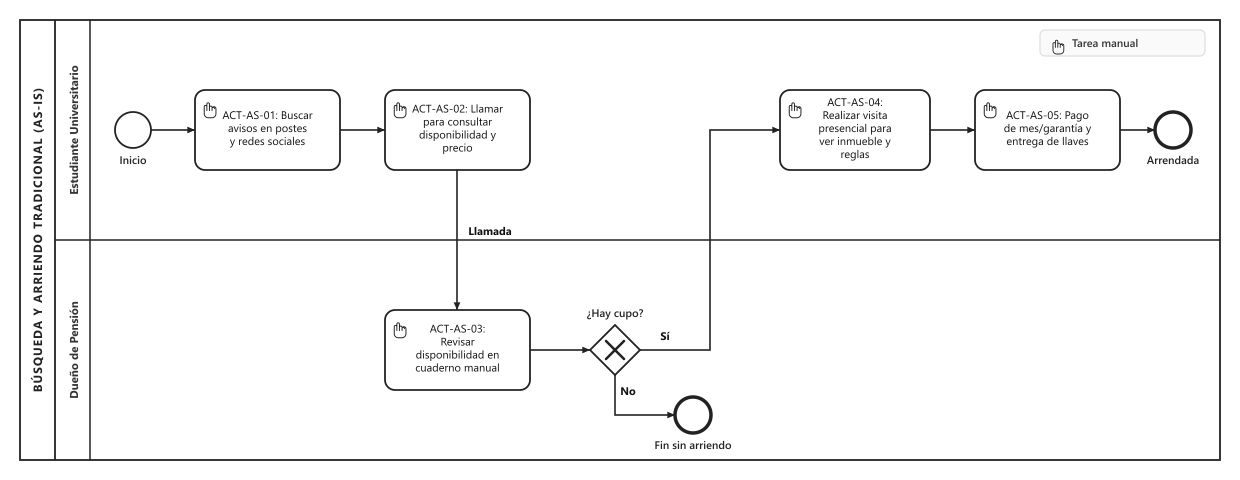
This is assets/diagramas/as-is.png from busca-tunido-requisitos/entrega-1, a BPMN export, as it was before one commit. Its source is kept beside it as assets/diagramas/as-is.bpmn. Ids are renumbered.
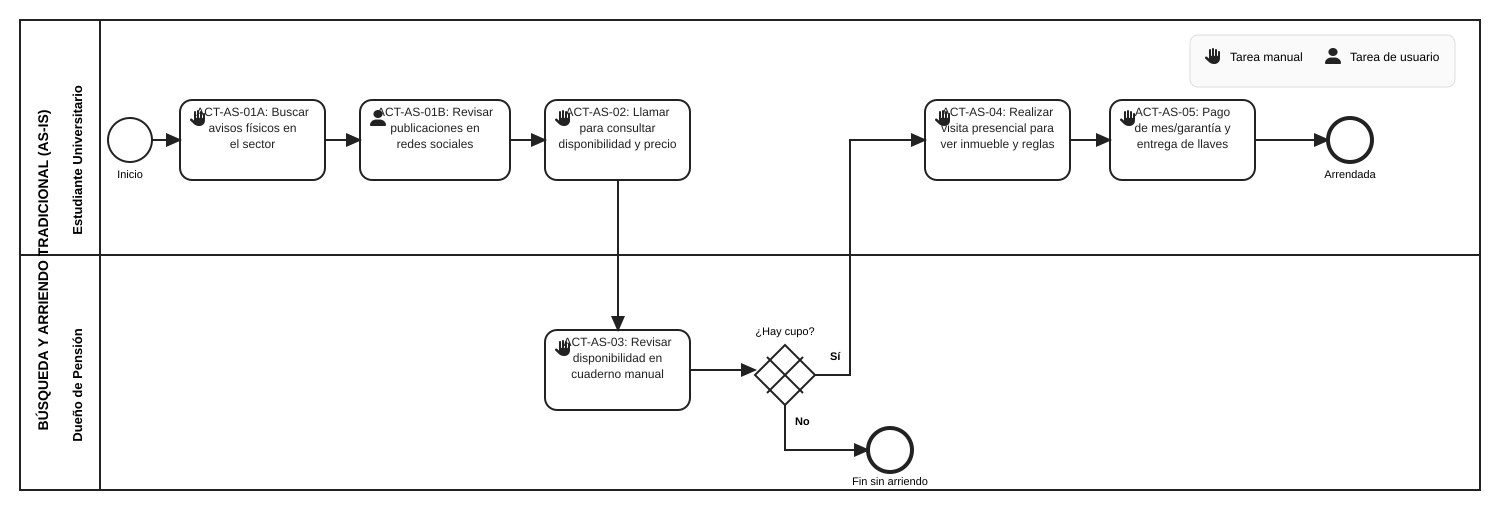
The same diagram one commit later.

Commit message:
docs: corregir AS-IS, trazabilidad de requisitos, elicitacion y diagramas

The edit, as a diff of the source:
```diff
@@ -2,7 +2,6 @@
                   xmlns:bpmndi="http://www.omg.org/spec/BPMN/20100524/DI"
                   xmlns:dc="http://www.omg.org/spec/DD/20100524/DC"
                   xmlns:di="http://www.omg.org/spec/DD/20100524/DI"
-                  xmlns:xsi="http://www.w3.org/2001/XMLSchema-instance"
                   id="Definitions_AS_IS"
                   targetNamespace="http://bpmn.io/schema/bpmn"
                   exporter="Camunda Modeler"
@@ -14,7 +13,8 @@
     <bpmn:laneSet id="LaneSet_AS_IS">
       <bpmn:lane id="Lane_Estudiante" name="Estudiante Universitario">
         <bpmn:flowNodeRef>Start_Estudiante</bpmn:flowNodeRef>
-        <bpmn:flowNodeRef>ACT_AS_01</bpmn:flowNodeRef>
+        <bpmn:flowNodeRef>ACT_AS_01A</bpmn:flowNodeRef>
+        <bpmn:flowNodeRef>ACT_AS_01B</bpmn:flowNodeRef>
         <bpmn:flowNodeRef>ACT_AS_02</bpmn:flowNodeRef>
         <bpmn:flowNodeRef>ACT_AS_04</bpmn:flowNodeRef>
         <bpmn:flowNodeRef>ACT_AS_05</bpmn:flowNodeRef>
@@ -28,7 +28,8 @@
     </bpmn:laneSet>
 
     <bpmn:startEvent id="Start_Estudiante" name="Necesita pensión" />
-    <bpmn:manualTask id="ACT_AS_01" name="ACT-AS-01: Buscar avisos informales en postes y redes sociales" />
+    <bpmn:manualTask id="ACT_AS_01A" name="ACT-AS-01A: Buscar avisos físicos en el sector universitario" />
+    <bpmn:userTask id="ACT_AS_01B" name="ACT-AS-01B: Revisar publicaciones de pensiones en redes sociales" />
     <bpmn:manualTask id="ACT_AS_02" name="ACT-AS-02: Llamar al dueño para consultar disponibilidad y precio" />
     <bpmn:manualTask id="ACT_AS_03" name="ACT-AS-03: Revisar disponibilidad en cuaderno manual" />
     <bpmn:exclusiveGateway id="Gateway_Cupo" name="¿Hay pieza disponible?" />
@@ -37,8 +38,9 @@
     <bpmn:endEvent id="End_Arrendado" name="Habitación arrendada" />
     <bpmn:endEvent id="End_SinCupo" name="Fin sin arriendo" />
 
-    <bpmn:sequenceFlow id="f1" sourceRef="Start_Estudiante" targetRef="ACT_AS_01" />
-    <bpmn:sequenceFlow id="f2" sourceRef="ACT_AS_01" targetRef="ACT_AS_02" />
+    <bpmn:sequenceFlow id="f1" sourceRef="Start_Estudiante" targetRef="ACT_AS_01A" />
+    <bpmn:sequenceFlow id="f1b" sourceRef="ACT_AS_01A" targetRef="ACT_AS_01B" />
+    <bpmn:sequenceFlow id="f2" sourceRef="ACT_AS_01B" targetRef="ACT_AS_02" />
     <bpmn:sequenceFlow id="f3" sourceRef="ACT_AS_02" targetRef="ACT_AS_03" />
     <bpmn:sequenceFlow id="f4" sourceRef="ACT_AS_03" targetRef="Gateway_Cupo" />
     <bpmn:sequenceFlow id="fNo" name="No" sourceRef="Gateway_Cupo" targetRef="End_SinCupo" />
@@ -46,97 +48,38 @@
     <bpmn:sequenceFlow id="f5" sourceRef="ACT_AS_04" targetRef="ACT_AS_05" />
     <bpmn:sequenceFlow id="f6" sourceRef="ACT_AS_05" targetRef="End_Arrendado" />
   </bpmn:process>
+
   <bpmndi:BPMNDiagram id="BPMNDiagram_1">
     <bpmndi:BPMNPlane id="BPMNPlane_1" bpmnElement="Collaboration_AS_IS">
       <bpmndi:BPMNShape id="Participant_AS_IS_di" bpmnElement="Participant_AS_IS" isHorizontal="true">
-        <dc:Bounds x="160" y="80" width="1120" height="440" />
+        <dc:Bounds x="20" y="20" width="1500" height="480" />
       </bpmndi:BPMNShape>
       <bpmndi:BPMNShape id="Lane_Estudiante_di" bpmnElement="Lane_Estudiante" isHorizontal="true">
-        <dc:Bounds x="190" y="80" width="1090" height="220" />
+        <dc:Bounds x="90" y="20" width="1430" height="240" />
       </bpmndi:BPMNShape>
       <bpmndi:BPMNShape id="Lane_Dueno_di" bpmnElement="Lane_Dueno" isHorizontal="true">
-        <dc:Bounds x="190" y="300" width="1090" height="220" />
+        <dc:Bounds x="90" y="260" width="1430" height="240" />
       </bpmndi:BPMNShape>
-      <bpmndi:BPMNShape id="Start_Estudiante_di" bpmnElement="Start_Estudiante">
-        <dc:Bounds x="240" y="172" width="36" height="36" />
-        <bpmndi:BPMNLabel>
-          <dc:Bounds x="216" y="215" width="84" height="14" />
-        </bpmndi:BPMNLabel>
-      </bpmndi:BPMNShape>
-      <bpmndi:BPMNShape id="ACT_AS_01_di" bpmnElement="ACT_AS_01">
-        <dc:Bounds x="330" y="150" width="120" height="80" />
-      </bpmndi:BPMNShape>
-      <bpmndi:BPMNShape id="ACT_AS_02_di" bpmnElement="ACT_AS_02">
-        <dc:Bounds x="500" y="150" width="120" height="80" />
-      </bpmndi:BPMNShape>
-      <bpmndi:BPMNShape id="ACT_AS_03_di" bpmnElement="ACT_AS_03">
-        <dc:Bounds x="500" y="370" width="120" height="80" />
-      </bpmndi:BPMNShape>
-      <bpmndi:BPMNShape id="Gateway_Cupo_di" bpmnElement="Gateway_Cupo" isMarkerVisible="true">
-        <dc:Bounds x="670" y="385" width="50" height="50" />
-        <bpmndi:BPMNLabel>
-          <dc:Bounds x="664" y="442" width="62" height="27" />
-        </bpmndi:BPMNLabel>
-      </bpmndi:BPMNShape>
-      <bpmndi:BPMNShape id="End_SinCupo_di" bpmnElement="End_SinCupo">
-        <dc:Bounds x="780" y="472" width="36" height="36" />
-        <bpmndi:BPMNLabel>
-          <dc:Bounds x="760" y="515" width="76" height="14" />
-        </bpmndi:BPMNLabel>
-      </bpmndi:BPMNShape>
-      <bpmndi:BPMNShape id="ACT_AS_04_di" bpmnElement="ACT_AS_04">
-        <dc:Bounds x="840" y="150" width="120" height="80" />
-      </bpmndi:BPMNShape>
-      <bpmndi:BPMNShape id="ACT_AS_05_di" bpmnElement="ACT_AS_05">
-        <dc:Bounds x="1010" y="150" width="120" height="80" />
-      </bpmndi:BPMNShape>
-      <bpmndi:BPMNShape id="End_Arrendado_di" bpmnElement="End_Arrendado">
-        <dc:Bounds x="1180" y="172" width="36" height="36" />
-        <bpmndi:BPMNLabel>
-          <dc:Bounds x="1170" y="215" width="56" height="27" />
-        </bpmndi:BPMNLabel>
-      </bpmndi:BPMNShape>
-      <bpmndi:BPMNEdge id="f1_di" bpmnElement="f1">
-        <di:waypoint x="276" y="190" />
-        <di:waypoint x="330" y="190" />
-      </bpmndi:BPMNEdge>
-      <bpmndi:BPMNEdge id="f2_di" bpmnElement="f2">
-        <di:waypoint x="450" y="190" />
-        <di:waypoint x="500" y="190" />
-      </bpmndi:BPMNEdge>
-      <bpmndi:BPMNEdge id="f3_di" bpmnElement="f3">
-        <di:waypoint x="560" y="230" />
-        <di:waypoint x="560" y="370" />
-      </bpmndi:BPMNEdge>
-      <bpmndi:BPMNEdge id="f4_di" bpmnElement="f4">
-        <di:waypoint x="620" y="410" />
-        <di:waypoint x="670" y="410" />
-      </bpmndi:BPMNEdge>
-      <bpmndi:BPMNEdge id="fNo_di" bpmnElement="fNo">
-        <di:waypoint x="695" y="435" />
-        <di:waypoint x="695" y="490" />
-        <di:waypoint x="780" y="490" />
-        <bpmndi:BPMNLabel>
-          <dc:Bounds x="702" y="455" width="15" height="14" />
-        </bpmndi:BPMNLabel>
-      </bpmndi:BPMNEdge>
-      <bpmndi:BPMNEdge id="fSi_di" bpmnElement="fSi">
-        <di:waypoint x="720" y="410" />
-        <di:waypoint x="780" y="410" />
-        <di:waypoint x="780" y="190" />
-        <di:waypoint x="840" y="190" />
-        <bpmndi:BPMNLabel>
-          <dc:Bounds x="739" y="392" width="12" height="14" />
-        </bpmndi:BPMNLabel>
-      </bpmndi:BPMNEdge>
-      <bpmndi:BPMNEdge id="f5_di" bpmnElement="f5">
-        <di:waypoint x="960" y="190" />
-        <di:waypoint x="1010" y="190" />
-      </bpmndi:BPMNEdge>
-      <bpmndi:BPMNEdge id="f6_di" bpmnElement="f6">
-        <di:waypoint x="1130" y="190" />
-        <di:waypoint x="1180" y="190" />
-      </bpmndi:BPMNEdge>
+      <bpmndi:BPMNShape id="Start_Estudiante_di" bpmnElement="Start_Estudiante"><dc:Bounds x="120" y="122" width="36" height="36" /></bpmndi:BPMNShape>
+      <bpmndi:BPMNShape id="ACT_AS_01A_di" bpmnElement="ACT_AS_01A"><dc:Bounds x="190" y="100" width="140" height="80" /></bpmndi:BPMNShape>
+      <bpmndi:BPMNShape id="ACT_AS_01B_di" bpmnElement="ACT_AS_01B"><dc:Bounds x="370" y="100" width="150" height="80" /></bpmndi:BPMNShape>
+      <bpmndi:BPMNShape id="ACT_AS_02_di" bpmnElement="ACT_AS_02"><dc:Bounds x="560" y="100" width="145" height="80" /></bpmndi:BPMNShape>
+      <bpmndi:BPMNShape id="ACT_AS_03_di" bpmnElement="ACT_AS_03"><dc:Bounds x="560" y="330" width="145" height="80" /></bpmndi:BPMNShape>
+      <bpmndi:BPMNShape id="Gateway_Cupo_di" bpmnElement="Gateway_Cupo" isMarkerVisible="true"><dc:Bounds x="760" y="345" width="50" height="50" /></bpmndi:BPMNShape>
+      <bpmndi:BPMNShape id="End_SinCupo_di" bpmnElement="End_SinCupo"><dc:Bounds x="870" y="430" width="36" height="36" /></bpmndi:BPMNShape>
+      <bpmndi:BPMNShape id="ACT_AS_04_di" bpmnElement="ACT_AS_04"><dc:Bounds x="920" y="100" width="145" height="80" /></bpmndi:BPMNShape>
+      <bpmndi:BPMNShape id="ACT_AS_05_di" bpmnElement="ACT_AS_05"><dc:Bounds x="1110" y="100" width="145" height="80" /></bpmndi:BPMNShape>
+      <bpmndi:BPMNShape id="End_Arrendado_di" bpmnElement="End_Arrendado"><dc:Bounds x="1320" y="122" width="36" height="36" /></bpmndi:BPMNShape>
+
+      <bpmndi:BPMNEdge id="f1_di" bpmnElement="f1"><di:waypoint x="156" y="140" /><di:waypoint x="190" y="140" /></bpmndi:BPMNEdge>
+      <bpmndi:BPMNEdge id="f1b_di" bpmnElement="f1b"><di:waypoint x="330" y="140" /><di:waypoint x="370" y="140" /></bpmndi:BPMNEdge>
+      <bpmndi:BPMNEdge id="f2_di" bpmnElement="f2"><di:waypoint x="520" y="140" /><di:waypoint x="560" y="140" /></bpmndi:BPMNEdge>
+      <bpmndi:BPMNEdge id="f3_di" bpmnElement="f3"><di:waypoint x="632" y="180" /><di:waypoint x="632" y="330" /></bpmndi:BPMNEdge>
+      <bpmndi:BPMNEdge id="f4_di" bpmnElement="f4"><di:waypoint x="705" y="370" /><di:waypoint x="760" y="370" /></bpmndi:BPMNEdge>
+      <bpmndi:BPMNEdge id="fNo_di" bpmnElement="fNo"><di:waypoint x="785" y="395" /><di:waypoint x="785" y="448" /><di:waypoint x="870" y="448" /></bpmndi:BPMNEdge>
+      <bpmndi:BPMNEdge id="fSi_di" bpmnElement="fSi"><di:waypoint x="810" y="370" /><di:waypoint x="850" y="370" /><di:waypoint x="850" y="140" /><di:waypoint x="920" y="140" /></bpmndi:BPMNEdge>
+      <bpmndi:BPMNEdge id="f5_di" bpmnElement="f5"><di:waypoint x="1065" y="140" /><di:waypoint x="1110" y="140" /></bpmndi:BPMNEdge>
+      <bpmndi:BPMNEdge id="f6_di" bpmnElement="f6"><di:waypoint x="1255" y="140" /><di:waypoint x="1320" y="140" /></bpmndi:BPMNEdge>
     </bpmndi:BPMNPlane>
   </bpmndi:BPMNDiagram>
 </bpmn:definitions>
```
